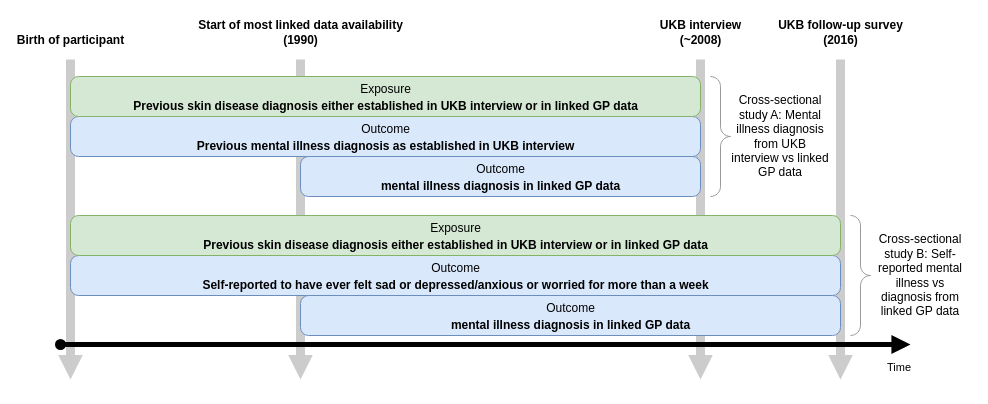
Before: diagrams/biobank_study_diagram.drawio in hendersonad/2022_biobank, a draw.io diagram. Source tidied: cells renumbered, new cells numbered last; positions are measured from the earlier drawing's top-left corner, leaving out a move shared by most shapes. Both pictures are drawn from the tidied source at 100%, with x=0, y=0 at pixel (60, 59).
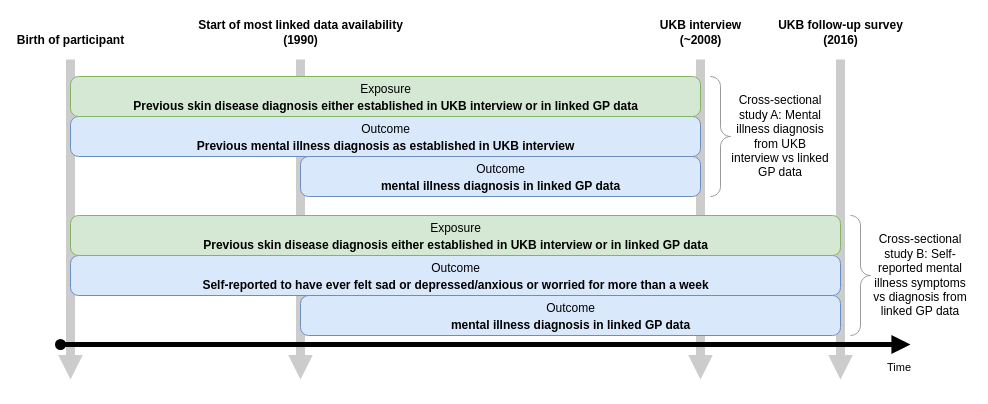
Above is the later version.

Change to the diagram source:
```diff
@@
-    <mxCell id="16" value="Cross-sectional study B: Self-reported mental illness vs diagnosis from linked GP data" style="text;html=1;strokeColor=none;fillColor=none;align=center;verticalAlign=middle;whiteSpace=wrap;rounded=0;" parent="1" vertex="1">
+    <mxCell id="16" value="Cross-sectional study B: Self-reported mental illness symptoms vs diagnosis from linked GP data" style="text;html=1;strokeColor=none;fillColor=none;align=center;verticalAlign=middle;whiteSpace=wrap;rounded=0;" parent="1" vertex="1">
       <mxGeometry x="810" y="201" width="100" height="30" as="geometry" />
     </mxCell>
```
